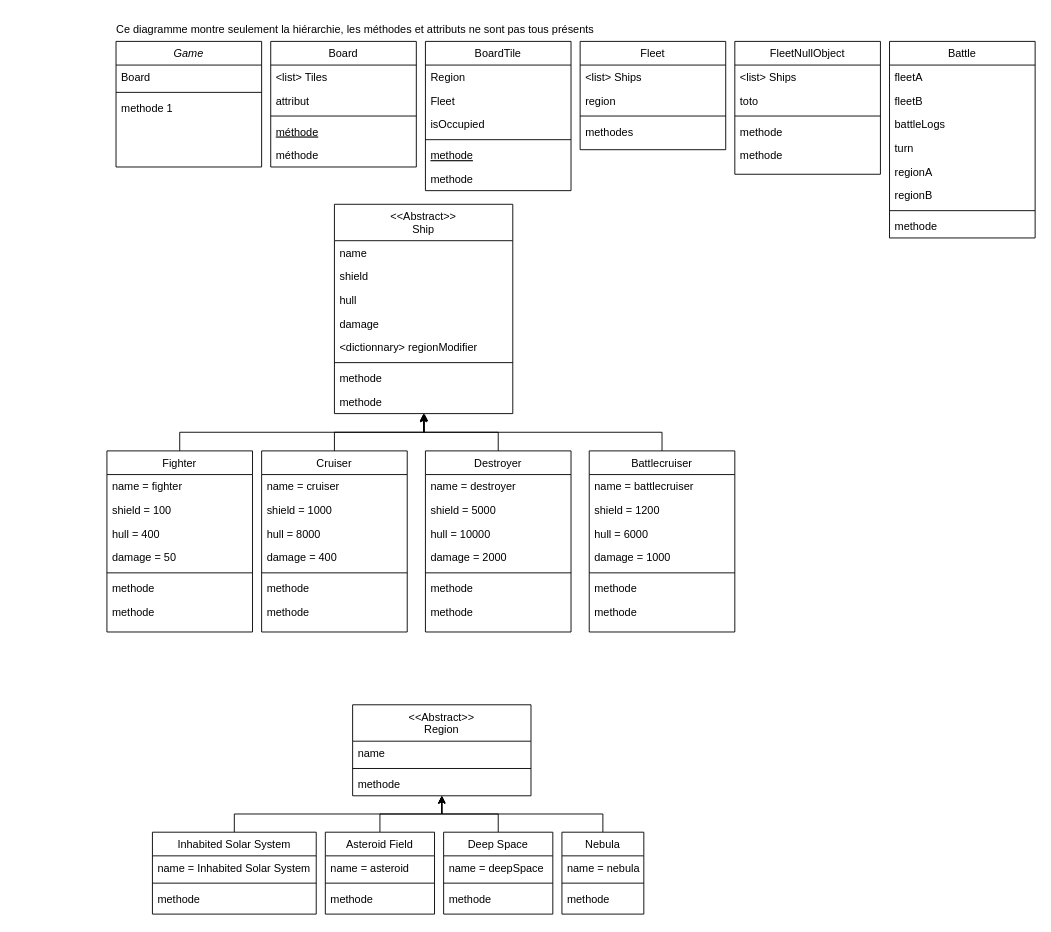
This is Space-game.drawio from SolennPenarroya/Space-game-project, a draw.io file, before an edit. Source tidied: cells renumbered, new cells numbered last; positions are measured from the earlier drawing's top-left corner, leaving out a move shared by most shapes. Both pictures are drawn from the tidied source at 91%, with x=0, y=0 at pixel (82, 15).
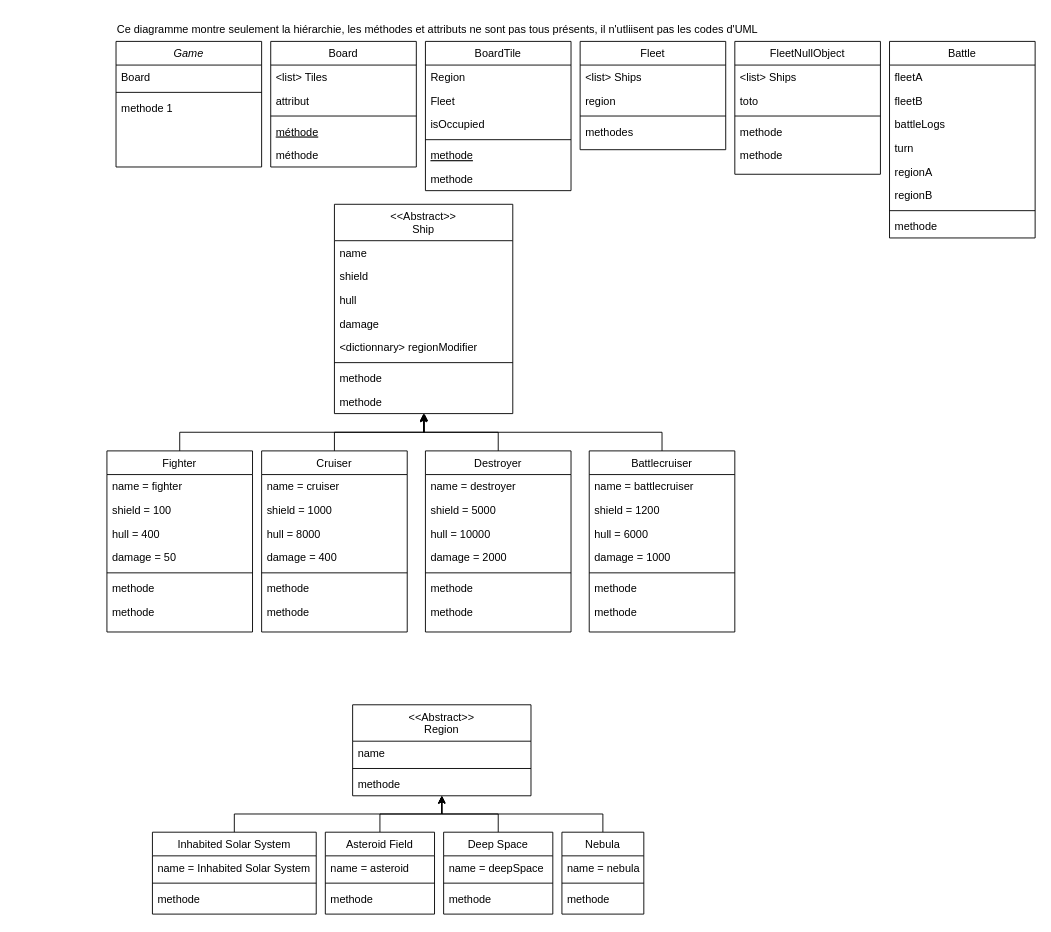
After the change.

Commit message:
Mettre à jour Space-game.drawio

Change to the diagram source:
```diff
@@
-    <mxCell id="108" value="Ce diagramme montre seulement la hiérarchie, les méthodes et attributs ne sont pas tous présents" style="text;strokeColor=none;align=center;fillColor=none;html=1;verticalAlign=middle;whiteSpace=wrap;rounded=0;" parent="1" vertex="1">
-      <mxGeometry width="600" height="30" as="geometry" />
+    <mxCell id="108" value="Ce diagramme montre seulement la hiérarchie, les méthodes et attributs ne sont pas tous présents, il n'utliisent pas les codes d'UML" style="text;strokeColor=none;align=center;fillColor=none;html=1;verticalAlign=middle;whiteSpace=wrap;rounded=0;" parent="1" vertex="1">
+      <mxGeometry x="-73" width="927" height="30" as="geometry" />
     </mxCell>
```
